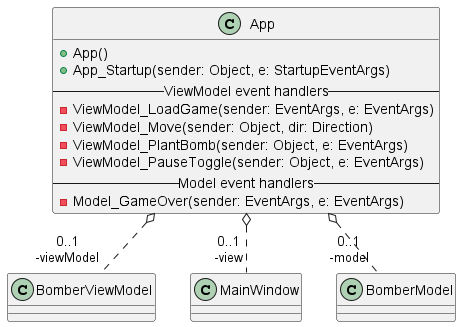
Above: Doc/out/control/control.png in adamkekesi/Bomber (PlantUML), before the change. The source it was exported from:
```plantuml
@startuml

class App {
    + App()
    + App_Startup(sender: Object, e: StartupEventArgs)
    --ViewModel event handlers--
    - ViewModel_LoadGame(sender: EventArgs, e: EventArgs)
    - ViewModel_Move(sender: Object, dir: Direction)
    - ViewModel_PlantBomb(sender: Object, e: EventArgs)
    - ViewModel_PauseToggle(sender: Object, e: EventArgs)
    --Model event handlers--
    - Model_GameOver(sender: EventArgs, e: EventArgs)
}

class BomberViewModel{}

class MainWindow{}

class BomberModel{

}

App o.. "0..1\n-viewModel" BomberViewModel
App o.. "0..1\n-model" BomberModel
App o.. "0..1\n-view" MainWindow
@enduml
```
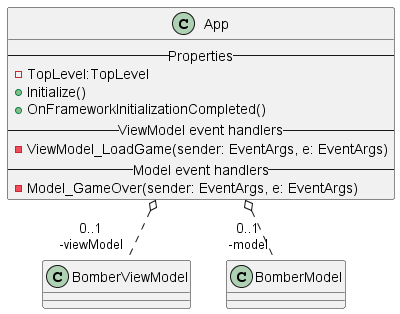
After the change.

Change to the diagram source:
```diff
@@ -1,20 +1,17 @@
 @startuml
 
 class App {
-    + App()
-    + App_Startup(sender: Object, e: StartupEventArgs)
+    --Properties--
+    -TopLevel:TopLevel
+    +Initialize()
+    +OnFrameworkInitializationCompleted()
     --ViewModel event handlers--
     - ViewModel_LoadGame(sender: EventArgs, e: EventArgs)
-    - ViewModel_Move(sender: Object, dir: Direction)
-    - ViewModel_PlantBomb(sender: Object, e: EventArgs)
-    - ViewModel_PauseToggle(sender: Object, e: EventArgs)
     --Model event handlers--
     - Model_GameOver(sender: EventArgs, e: EventArgs)
 }
 
 class BomberViewModel{}
-
-class MainWindow{}
 
 class BomberModel{
 
@@ -22,5 +19,4 @@
 
 App o.. "0..1\n-viewModel" BomberViewModel
 App o.. "0..1\n-model" BomberModel
-App o.. "0..1\n-view" MainWindow
 @enduml
```
